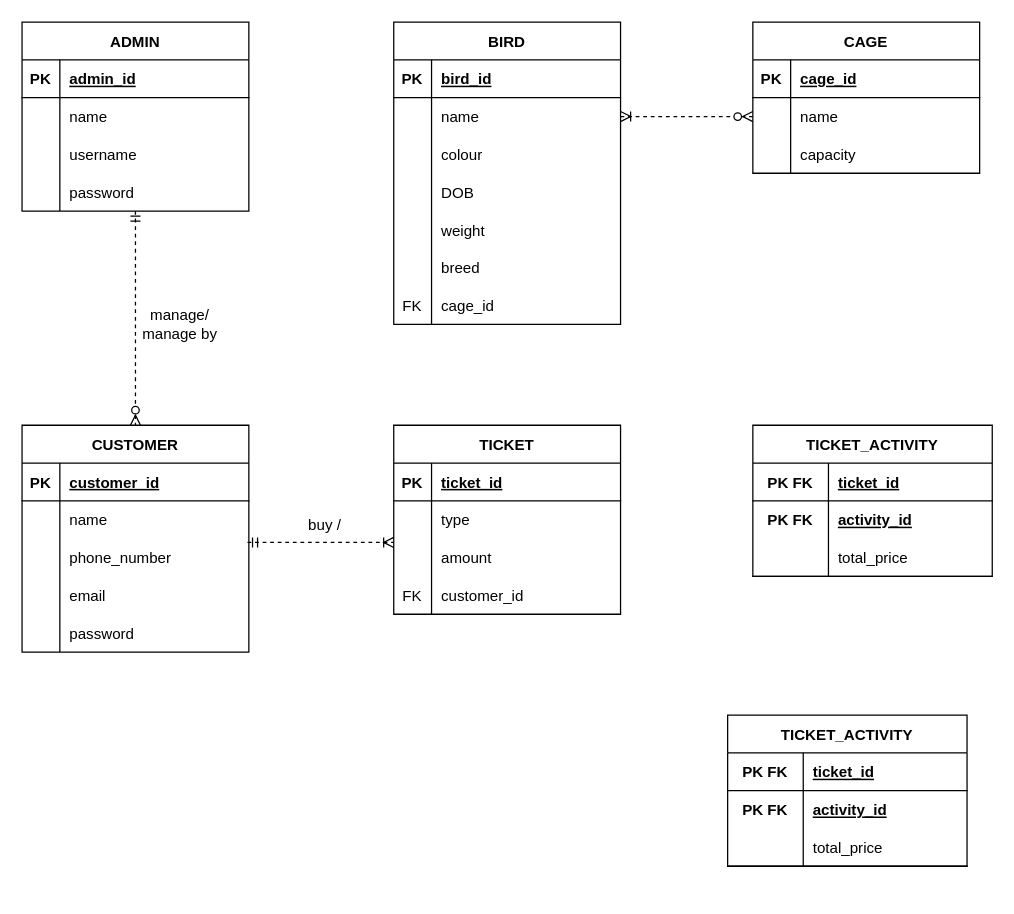
Earlier version of the draw.io diagram page "Page-2" (2 of 3) of Exercise1ClassDiagram.drawio (abby18abby/week-2-class-diagram). Source tidied: cells renumbered, new cells numbered last; positions are measured from the earlier drawing's top-left corner, leaving out a move shared by most shapes. Both pictures are drawn from the tidied source at 126%, with x=0, y=0 at pixel (21, 21).
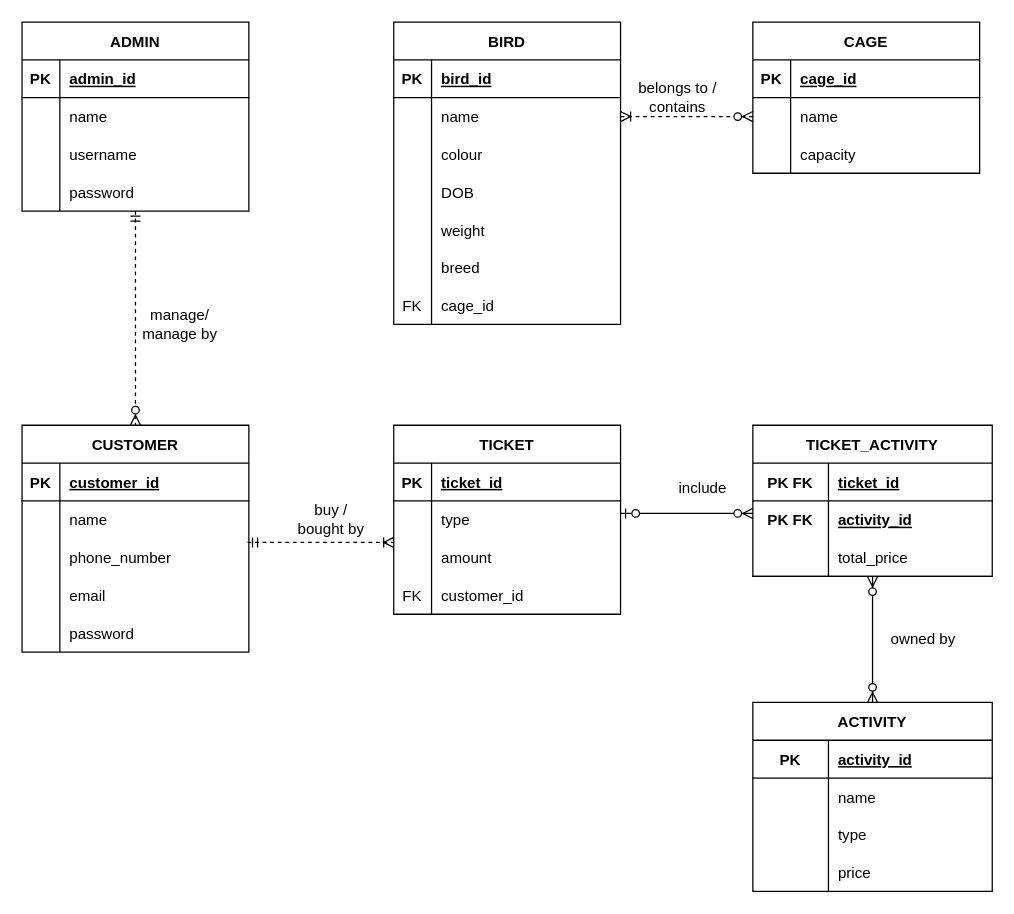
After the change.

The change refers to these unchanged cells:
```xml
<mxCell id="83" style="shape=tableRow;horizontal=0;startSize=0;swimlaneHead=0;swimlaneBody=0;fillColor=none;points=[[0,0.5],[1,0.5]];portConstraint=eastwest;top=0;left=0;right=0;bottom=1;fontStyle=4;" parent="76" vertex="1">
  <mxGeometry y="90" width="190" height="30" as="geometry" />
</mxCell>
<mxCell id="87" style="shape=tableRow;horizontal=0;startSize=0;swimlaneHead=0;swimlaneBody=0;fillColor=none;top=0;left=0;right=0;bottom=1;" parent="86" vertex="1">
  <mxGeometry y="30" width="190" height="30" as="geometry" />
</mxCell>
<mxCell id="90" style="shape=tableRow;horizontal=0;startSize=0;swimlaneHead=0;swimlaneBody=0;fillColor=none;top=0;left=0;right=0;bottom=0;" parent="86" vertex="1">
  <mxGeometry y="60" width="190" height="30" as="geometry" />
</mxCell>
```

What changed in the source:
```diff
@@
-    <mxCell id="86" value="TICKET_ACTIVITY" style="shape=table;startSize=30;childLayout=tableLayout;rowLines=0;fontStyle=1;align=center;" parent="1" vertex="1">
-      <mxGeometry x="560" y="550" width="190" height="120" as="geometry" />
+    <mxCell id="86" value="ACTIVITY" style="shape=table;startSize=30;childLayout=tableLayout;rowLines=0;fontStyle=1;align=center;" parent="1" vertex="1">
+      <mxGeometry x="580" y="540" width="190" height="150" as="geometry" />
     </mxCell>
@@
-    <mxCell id="88" value="PK FK" style="shape=partialRectangle;fillColor=none;top=0;left=0;bottom=0;right=0;fontStyle=1;overflow=hidden;" parent="87" vertex="1">
+    <mxCell id="88" value="PK" style="shape=partialRectangle;fillColor=none;top=0;left=0;bottom=0;right=0;fontStyle=1;overflow=hidden;" parent="87" vertex="1">
       <mxGeometry width="60" height="30" as="geometry" />
     </mxCell>
-    <mxCell id="89" value="ticket_id" style="shape=partialRectangle;fillColor=none;top=0;left=0;bottom=0;right=0;align=left;spacingLeft=6;fontStyle=5;overflow=hidden;" parent="87" vertex="1">
+    <mxCell id="89" value="activity_id" style="shape=partialRectangle;fillColor=none;top=0;left=0;bottom=0;right=0;align=left;spacingLeft=6;fontStyle=5;overflow=hidden;" parent="87" vertex="1">
       <mxGeometry x="60" width="130" height="30" as="geometry" />
     </mxCell>
@@
-    <mxCell id="91" value="PK FK" style="shape=partialRectangle;fillColor=none;top=0;left=0;bottom=0;right=0;overflow=hidden;fontStyle=1;" parent="90" vertex="1">
+    <mxCell id="91" style="shape=partialRectangle;fillColor=none;top=0;left=0;bottom=0;right=0;overflow=hidden;fontStyle=1;" parent="90" vertex="1">
       <mxGeometry width="60" height="30" as="geometry" />
     </mxCell>
-    <mxCell id="92" value="activity_id" style="shape=partialRectangle;fillColor=none;top=0;left=0;bottom=0;right=0;align=left;spacingLeft=6;overflow=hidden;fontStyle=5;" parent="90" vertex="1">
+    <mxCell id="92" value="name" style="shape=partialRectangle;fillColor=none;top=0;left=0;bottom=0;right=0;align=left;spacingLeft=6;overflow=hidden;fontStyle=0;" parent="90" vertex="1">
       <mxGeometry x="60" width="130" height="30" as="geometry" />
     </mxCell>
-    <mxCell id="93" style="shape=tableRow;horizontal=0;startSize=0;swimlaneHead=0;swimlaneBody=0;fillColor=none;top=0;left=0;right=0;bottom=1;fontStyle=4;" parent="86" vertex="1">
-      <mxGeometry y="90" width="190" height="30" as="geometry" />
-    </mxCell>
-    <mxCell id="94" style="shape=partialRectangle;fillColor=none;top=0;left=0;bottom=0;right=0;fontStyle=0;overflow=hidden;" parent="93" vertex="1">
-      <mxGeometry width="60" height="30" as="geometry" />
-    </mxCell>
-    <mxCell id="95" value="total_price" style="shape=partialRectangle;fillColor=none;top=0;left=0;bottom=0;right=0;align=left;spacingLeft=6;fontStyle=0;overflow=hidden;" parent="93" vertex="1">
-      <mxGeometry x="60" width="130" height="30" as="geometry" />
-    </mxCell>
+    <mxCell id="101" style="shape=tableRow;horizontal=0;startSize=0;swimlaneHead=0;swimlaneBody=0;fillColor=none;top=0;left=0;right=0;bottom=0;" parent="86" vertex="1">
+      <mxGeometry y="90" width="190" height="30" as="geometry" />
+    </mxCell>
+    <mxCell id="102" style="shape=partialRectangle;fillColor=none;top=0;left=0;bottom=0;right=0;overflow=hidden;fontStyle=1;" parent="101" vertex="1">
+      <mxGeometry width="60" height="30" as="geometry" />
+    </mxCell>
+    <mxCell id="103" value="type" style="shape=partialRectangle;fillColor=none;top=0;left=0;bottom=0;right=0;align=left;spacingLeft=6;overflow=hidden;fontStyle=0;" parent="101" vertex="1">
+      <mxGeometry x="60" width="130" height="30" as="geometry" />
+    </mxCell>
+    <mxCell id="104" style="shape=tableRow;horizontal=0;startSize=0;swimlaneHead=0;swimlaneBody=0;fillColor=none;top=0;left=0;right=0;bottom=0;" parent="86" vertex="1">
+      <mxGeometry y="120" width="190" height="30" as="geometry" />
+    </mxCell>
+    <mxCell id="105" style="shape=partialRectangle;fillColor=none;top=0;left=0;bottom=0;right=0;overflow=hidden;fontStyle=1;" parent="104" vertex="1">
+      <mxGeometry width="60" height="30" as="geometry" />
+    </mxCell>
+    <mxCell id="106" value="price" style="shape=partialRectangle;fillColor=none;top=0;left=0;bottom=0;right=0;align=left;spacingLeft=6;overflow=hidden;fontStyle=0;" parent="104" vertex="1">
+      <mxGeometry x="60" width="130" height="30" as="geometry" />
+    </mxCell>
@@
-    <mxCell id="100" value="buy /" style="text;html=1;align=center;verticalAlign=middle;strokeColor=none;fillColor=none;" parent="1" vertex="1">
-      <mxGeometry x="220" y="390" width="40" height="20" as="geometry" />
+    <mxCell id="100" value="buy /&lt;br&gt;bought by" style="text;html=1;align=center;verticalAlign=middle;strokeColor=none;fillColor=none;" parent="1" vertex="1">
+      <mxGeometry x="210" y="380" width="70" height="30" as="geometry" />
     </mxCell>
+    <mxCell id="107" value="belongs to /&lt;br&gt;contains" style="text;html=1;align=center;verticalAlign=middle;strokeColor=none;fillColor=none;" parent="1" vertex="1">
+      <mxGeometry x="480" y="45" width="80" height="30" as="geometry" />
+    </mxCell>
+    <mxCell id="108" style="fontSize=12;html=1;endArrow=ERzeroToMany;endFill=1;startArrow=ERzeroToOne;rounded=0;jumpStyle=none;jumpSize=4;startFill=0;" parent="1" edge="1">
+      <mxGeometry relative="1" as="geometry">
+        <mxPoint x="475" y="390" as="sourcePoint" />
+        <mxPoint x="580" y="390" as="targetPoint" />
+      </mxGeometry>
+    </mxCell>
+    <mxCell id="109" style="fontSize=12;html=1;endArrow=ERzeroToMany;endFill=1;startArrow=ERzeroToMany;rounded=0;jumpStyle=none;jumpSize=4;entryX=0.5;entryY=1;entryDx=0;entryDy=0;entryPerimeter=0;exitX=0.5;exitY=0;exitDx=0;exitDy=0;" parent="1" edge="1" source="86" target="83">
+      <mxGeometry relative="1" as="geometry" />
+    </mxCell>
+    <mxCell id="110" value="include" style="text;html=1;align=center;verticalAlign=middle;strokeColor=none;fillColor=none;" parent="1" vertex="1">
+      <mxGeometry x="515" y="360" width="50" height="20" as="geometry" />
+    </mxCell>
+    <mxCell id="111" value="owned by" style="text;html=1;align=center;verticalAlign=middle;strokeColor=none;fillColor=none;" parent="1" vertex="1">
+      <mxGeometry x="680" y="480" width="70" height="20" as="geometry" />
+    </mxCell>
```
